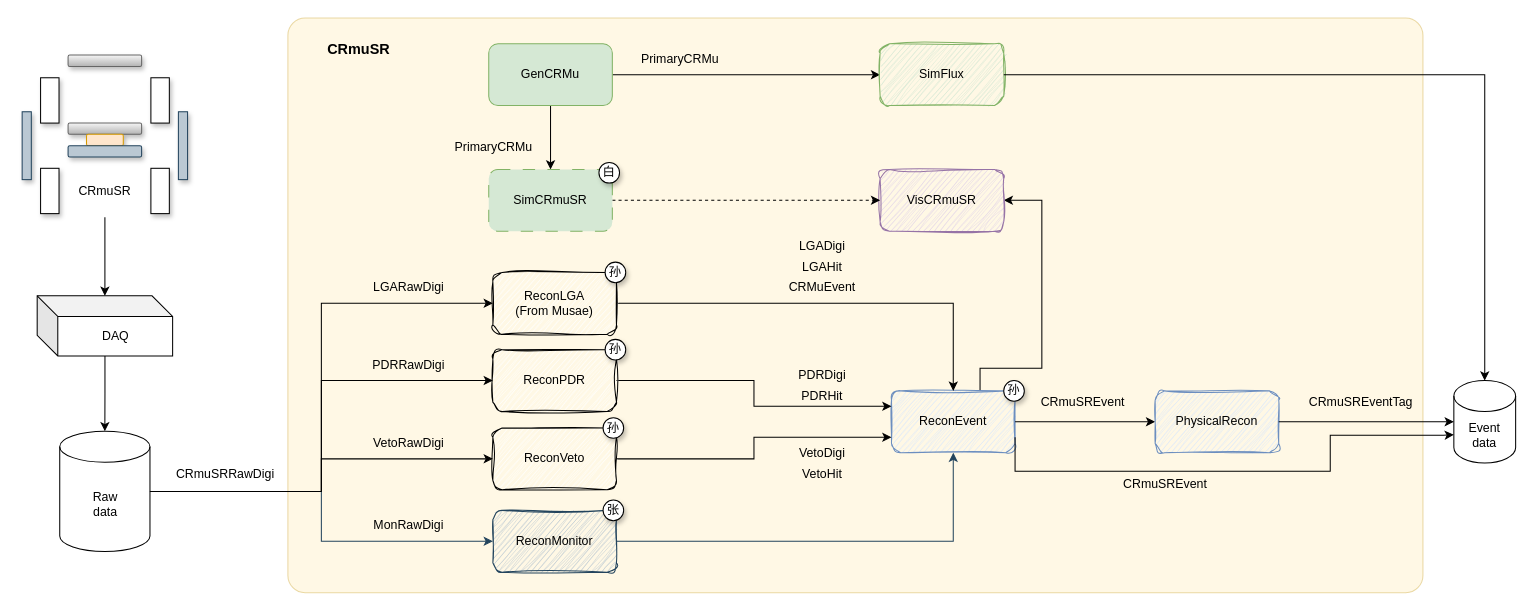
Lawrence-Sun/diagrams keeps this draw.io diagram as CRmuSRRecon.drawio. Above is the earlier version. Source tidied: cells renumbered, new cells numbered last; positions are measured from the earlier drawing's top-left corner, leaving out a move shared by most shapes. Both pictures are drawn from the tidied source at 103%, with x=0, y=0 at pixel (22, 18).
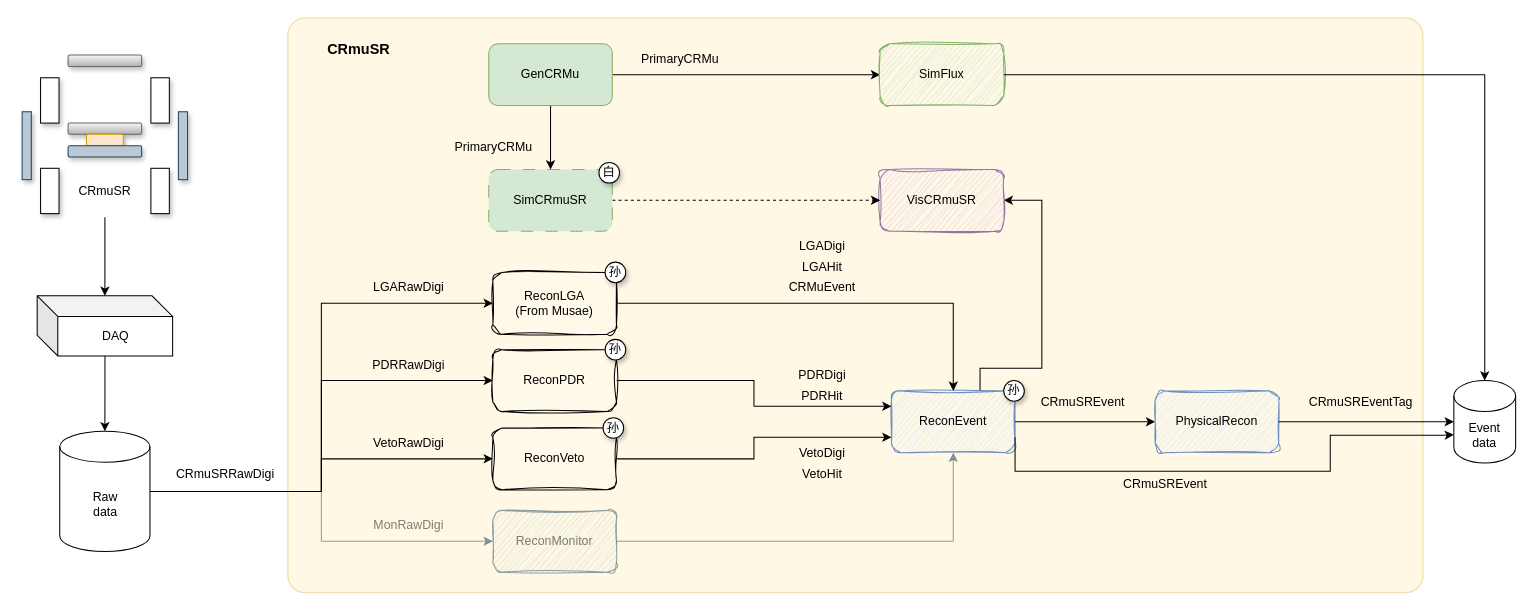
The same page after the edit.

Unchanged cells that the change refers to:
```xml
<mxCell id="4" value="ReconEvent" style="rounded=1;whiteSpace=wrap;html=1;fillColor=#dae8fc;strokeColor=#6c8ebf;sketch=1;curveFitting=1;jiggle=2;" parent="1" vertex="1">
  <mxGeometry x="844" y="362" width="120" height="60" as="geometry" />
</mxCell>
<mxCell id="30" value="Raw&lt;div&gt;data&lt;/div&gt;" style="shape=cylinder3;whiteSpace=wrap;html=1;boundedLbl=1;backgroundOutline=1;size=15;" parent="27" vertex="1">
  <mxGeometry x="36.5" y="365.2" width="87.6" height="116.8" as="geometry" />
</mxCell>
```

Change to the diagram source:
```diff
@@
-    <mxCell id="23" style="edgeStyle=orthogonalEdgeStyle;rounded=0;jettySize=auto;html=1;entryX=0.5;entryY=1;entryDx=0;entryDy=0;fillColor=#bac8d3;strokeColor=#23445d;" parent="1" edge="1" source="24" target="4">
+    <mxCell id="23" style="edgeStyle=orthogonalEdgeStyle;rounded=0;jettySize=auto;html=1;entryX=0.5;entryY=1;entryDx=0;entryDy=0;fillColor=#bac8d3;strokeColor=#23445d;opacity=50;textOpacity=50;" parent="1" edge="1" source="24" target="4">
       <mxGeometry relative="1" as="geometry" />
     </mxCell>
-    <mxCell id="24" value="ReconMonitor" style="rounded=1;whiteSpace=wrap;html=1;sketch=1;curveFitting=1;jiggle=2;glass=0;shadow=0;fillColor=#bac8d3;fillStyle=hachure;strokeColor=#23445d;" parent="1" vertex="1">
+    <mxCell id="24" value="ReconMonitor" style="rounded=1;whiteSpace=wrap;html=1;sketch=1;curveFitting=1;jiggle=2;glass=0;shadow=0;fillColor=#bac8d3;fillStyle=hachure;strokeColor=#23445d;opacity=50;textOpacity=50;" parent="1" vertex="1">
       <mxGeometry x="457" y="478" width="120" height="60" as="geometry" />
     </mxCell>
@@
-    <mxCell id="45" style="edgeStyle=orthogonalEdgeStyle;rounded=0;jettySize=auto;html=1;entryX=0;entryY=0.5;entryDx=0;entryDy=0;fillColor=#bac8d3;strokeColor=#23445d;" parent="1" edge="1" source="30" target="24">
+    <mxCell id="45" style="edgeStyle=orthogonalEdgeStyle;rounded=0;jettySize=auto;html=1;entryX=0;entryY=0.5;entryDx=0;entryDy=0;fillColor=#bac8d3;strokeColor=#23445d;opacity=50;textOpacity=50;" parent="1" edge="1" source="30" target="24">
       <mxGeometry relative="1" as="geometry" />
     </mxCell>
@@
-    <mxCell id="51" value="张" style="ellipse;whiteSpace=wrap;html=1;shadow=1;" parent="1" vertex="1">
-      <mxGeometry x="564" y="468" width="20" height="20" as="geometry" />
-    </mxCell>
@@
-    <mxCell id="61" value="MonRawDigi" style="text;html=1;whiteSpace=wrap;align=center;verticalAlign=middle;rounded=0;" parent="1" vertex="1">
+    <mxCell id="61" value="MonRawDigi" style="text;html=1;whiteSpace=wrap;align=center;verticalAlign=middle;rounded=0;opacity=50;textOpacity=50;" parent="1" vertex="1">
       <mxGeometry x="326" y="478" width="99" height="30" as="geometry" />
     </mxCell>
```
